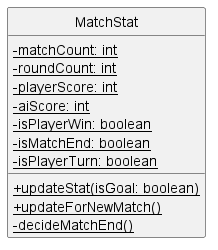
Before: docs/diagrams/MatchStatClassDiagram.png, a diagram exported from PlantUML (runxinghuan/tp).
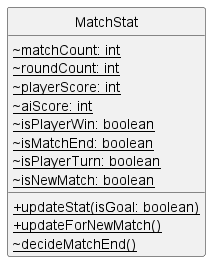
The same file after the commit.

The edit, as a diff of the source:
```diff
@@ -3,16 +3,17 @@
 !include Style.puml
 
 class MatchStat {
-- {static} matchCount: int
-- {static} roundCount: int
-- {static} playerScore: int
-- {static} aiScore: int
-- {static} isPlayerWin: boolean
-- {static} isMatchEnd: boolean
-- {static} isPlayerTurn: boolean
+~ {static} matchCount: int
+~ {static} roundCount: int
+~ {static} playerScore: int
+~ {static} aiScore: int
+~ {static} isPlayerWin: boolean
+~ {static} isMatchEnd: boolean
+~ {static} isPlayerTurn: boolean
+~ {static} isNewMatch: boolean
 + {static} updateStat(isGoal: boolean)
 + {static} updateForNewMatch()
-- {static} decideMatchEnd()
+~ {static} decideMatchEnd()
 }
 
 
```
